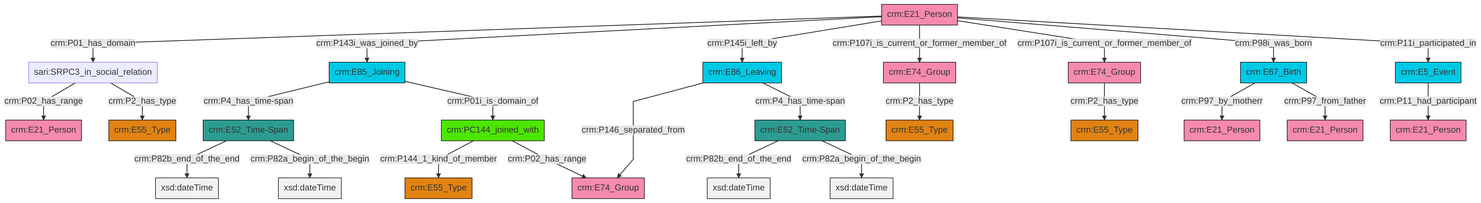
This is et/personCSV/ttl/mmd/png/Person_Actor_Relations.png from swiss-art-research-net/reference-data-models, a Mermaid export, as it was before one commit. Its source is kept beside it as et/personCSV/ttl/mmd/Person_Actor_Relations.ttl.mmd.
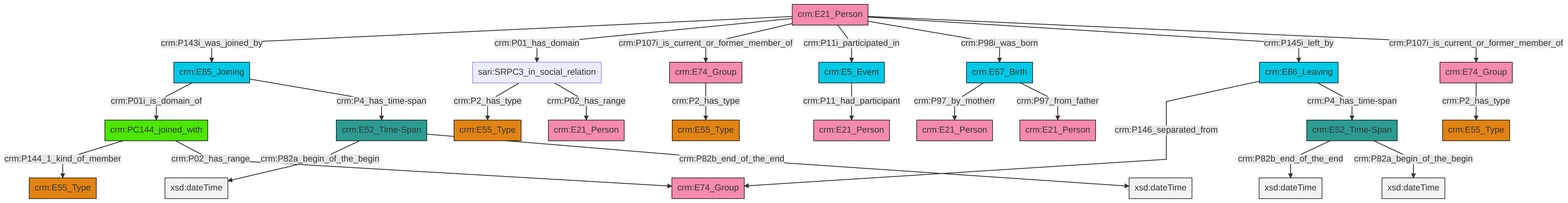
The same file after the commit.

Change to the diagram source:
```diff
@@ -13,27 +13,27 @@
 classDef PC_Classes fill:#4ce600, stroke:#000000;
 classDef Multi fill:#cccccc,stroke:#000000;
 
-0["crm:E52_Time-Span"]:::Time-Span -->|crm:P82b_end_of_the_end| 1[xsd:dateTime]:::Literal
-2["sari:SRPC3_in_social_relation"]:::Default -->|crm:P02_has_range| 3["crm:E21_Person"]:::Actor
-4["crm:E21_Person"]:::Actor -->|crm:P01_has_domain| 2["sari:SRPC3_in_social_relation"]:::Default
-7["crm:PC144_joined_with"]:::PC_Classes -->|crm:P144_1_kind_of_member| 8["crm:E55_Type"]:::Type
-4["crm:E21_Person"]:::Actor -->|crm:P143i_was_joined_by| 11["crm:E85_Joining"]:::Temporal_Entity
-0["crm:E52_Time-Span"]:::Time-Span -->|crm:P82a_begin_of_the_begin| 14[xsd:dateTime]:::Literal
-4["crm:E21_Person"]:::Actor -->|crm:P145i_left_by| 24["crm:E86_Leaving"]:::Temporal_Entity
-7["crm:PC144_joined_with"]:::PC_Classes -->|crm:P02_has_range| 25["crm:E74_Group"]:::Actor
-26["crm:E67_Birth"]:::Temporal_Entity -->|crm:P97_by_motherr| 22["crm:E21_Person"]:::Actor
-24["crm:E86_Leaving"]:::Temporal_Entity -->|crm:P146_separated_from| 25["crm:E74_Group"]:::Actor
-11["crm:E85_Joining"]:::Temporal_Entity -->|crm:P4_has_time-span| 12["crm:E52_Time-Span"]:::Time-Span
-28["crm:E74_Group"]:::Actor -->|crm:P2_has_type| 29["crm:E55_Type"]:::Type
-4["crm:E21_Person"]:::Actor -->|crm:P107i_is_current_or_former_member_of| 28["crm:E74_Group"]:::Actor
-2["sari:SRPC3_in_social_relation"]:::Default -->|crm:P2_has_type| 31["crm:E55_Type"]:::Type
-12["crm:E52_Time-Span"]:::Time-Span -->|crm:P82b_end_of_the_end| 33[xsd:dateTime]:::Literal
-5["crm:E5_Event"]:::Temporal_Entity -->|crm:P11_had_participant| 17["crm:E21_Person"]:::Actor
-26["crm:E67_Birth"]:::Temporal_Entity -->|crm:P97_from_father| 9["crm:E21_Person"]:::Actor
-11["crm:E85_Joining"]:::Temporal_Entity -->|crm:P01i_is_domain_of| 7["crm:PC144_joined_with"]:::PC_Classes
-35["crm:E74_Group"]:::Actor -->|crm:P2_has_type| 19["crm:E55_Type"]:::Type
-4["crm:E21_Person"]:::Actor -->|crm:P107i_is_current_or_former_member_of| 35["crm:E74_Group"]:::Actor
-24["crm:E86_Leaving"]:::Temporal_Entity -->|crm:P4_has_time-span| 0["crm:E52_Time-Span"]:::Time-Span
-4["crm:E21_Person"]:::Actor -->|crm:P98i_was_born| 26["crm:E67_Birth"]:::Temporal_Entity
-4["crm:E21_Person"]:::Actor -->|crm:P11i_participated_in| 5["crm:E5_Event"]:::Temporal_Entity
-12["crm:E52_Time-Span"]:::Time-Span -->|crm:P82a_begin_of_the_begin| 43[xsd:dateTime]:::Literal
+0["crm:PC144_joined_with"]:::PC_Classes -->|crm:P144_1_kind_of_member| 1["crm:E55_Type"]:::Type
+4["crm:E67_Birth"]:::Temporal_Entity -->|crm:P97_by_motherr| 5["crm:E21_Person"]:::Actor
+7["crm:E21_Person"]:::Actor -->|crm:P143i_was_joined_by| 8["crm:E85_Joining"]:::Temporal_Entity
+7["crm:E21_Person"]:::Actor -->|crm:P01_has_domain| 9["sari:SRPC3_in_social_relation"]:::Default
+7["crm:E21_Person"]:::Actor -->|crm:P107i_is_current_or_former_member_of| 10["crm:E74_Group"]:::Actor
+8["crm:E85_Joining"]:::Temporal_Entity -->|crm:P01i_is_domain_of| 0["crm:PC144_joined_with"]:::PC_Classes
+15["crm:E86_Leaving"]:::Temporal_Entity -->|crm:P146_separated_from| 16["crm:E74_Group"]:::Actor
+15["crm:E86_Leaving"]:::Temporal_Entity -->|crm:P4_has_time-span| 22["crm:E52_Time-Span"]:::Time-Span
+0["crm:PC144_joined_with"]:::PC_Classes -->|crm:P02_has_range| 16["crm:E74_Group"]:::Actor
+8["crm:E85_Joining"]:::Temporal_Entity -->|crm:P4_has_time-span| 24["crm:E52_Time-Span"]:::Time-Span
+9["sari:SRPC3_in_social_relation"]:::Default -->|crm:P2_has_type| 2["crm:E55_Type"]:::Type
+7["crm:E21_Person"]:::Actor -->|crm:P11i_participated_in| 28["crm:E5_Event"]:::Temporal_Entity
+30["crm:E74_Group"]:::Actor -->|crm:P2_has_type| 18["crm:E55_Type"]:::Type
+22["crm:E52_Time-Span"]:::Time-Span -->|crm:P82b_end_of_the_end| 31[xsd:dateTime]:::Literal
+24["crm:E52_Time-Span"]:::Time-Span -->|crm:P82a_begin_of_the_begin| 34[xsd:dateTime]:::Literal
+24["crm:E52_Time-Span"]:::Time-Span -->|crm:P82b_end_of_the_end| 35[xsd:dateTime]:::Literal
+7["crm:E21_Person"]:::Actor -->|crm:P98i_was_born| 4["crm:E67_Birth"]:::Temporal_Entity
+28["crm:E5_Event"]:::Temporal_Entity -->|crm:P11_had_participant| 37["crm:E21_Person"]:::Actor
+9["sari:SRPC3_in_social_relation"]:::Default -->|crm:P02_has_range| 12["crm:E21_Person"]:::Actor
+7["crm:E21_Person"]:::Actor -->|crm:P145i_left_by| 15["crm:E86_Leaving"]:::Temporal_Entity
+22["crm:E52_Time-Span"]:::Time-Span -->|crm:P82a_begin_of_the_begin| 42[xsd:dateTime]:::Literal
+10["crm:E74_Group"]:::Actor -->|crm:P2_has_type| 20["crm:E55_Type"]:::Type
+7["crm:E21_Person"]:::Actor -->|crm:P107i_is_current_or_former_member_of| 30["crm:E74_Group"]:::Actor
+4["crm:E67_Birth"]:::Temporal_Entity -->|crm:P97_from_father| 32["crm:E21_Person"]:::Actor
```
